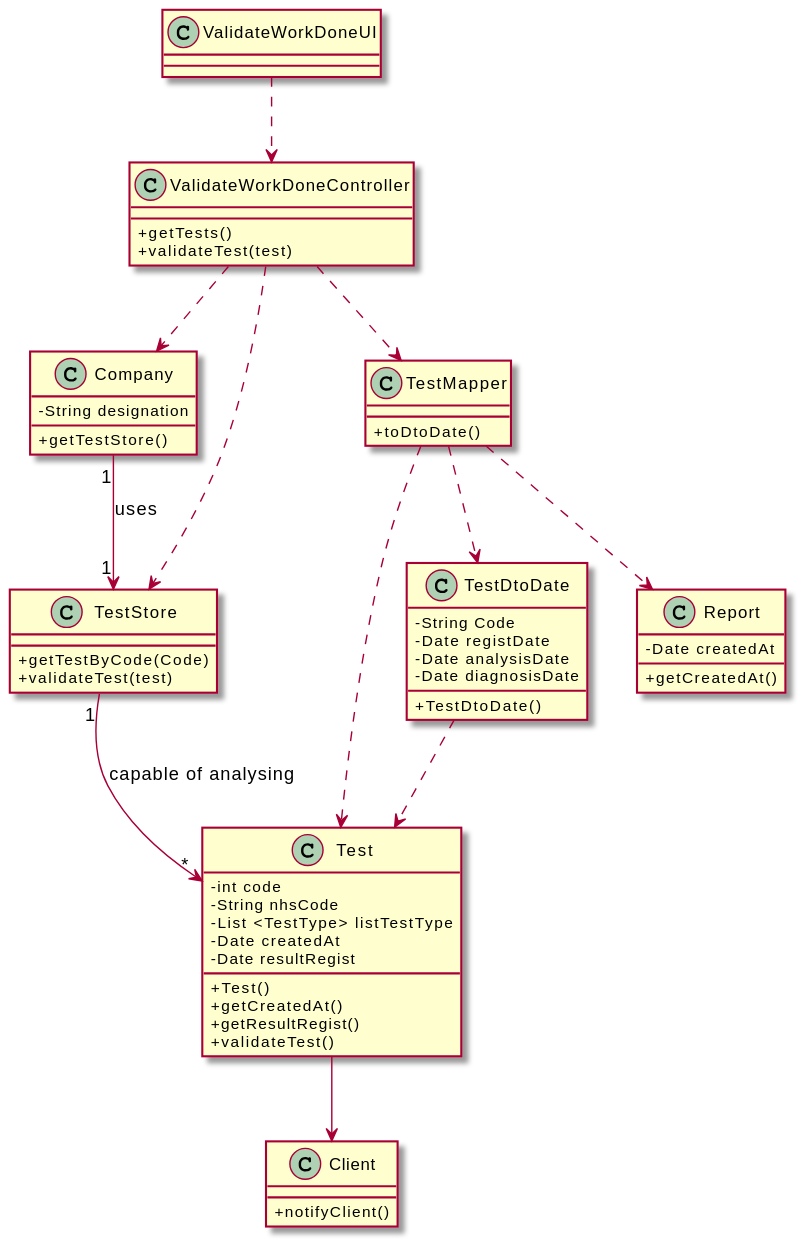
Above: docs/SprintC/US15_ValidateTheWorkDone/US15_CD.svg in Pedromaia26/LAPR2-ISEP (PlantUML), before the change.
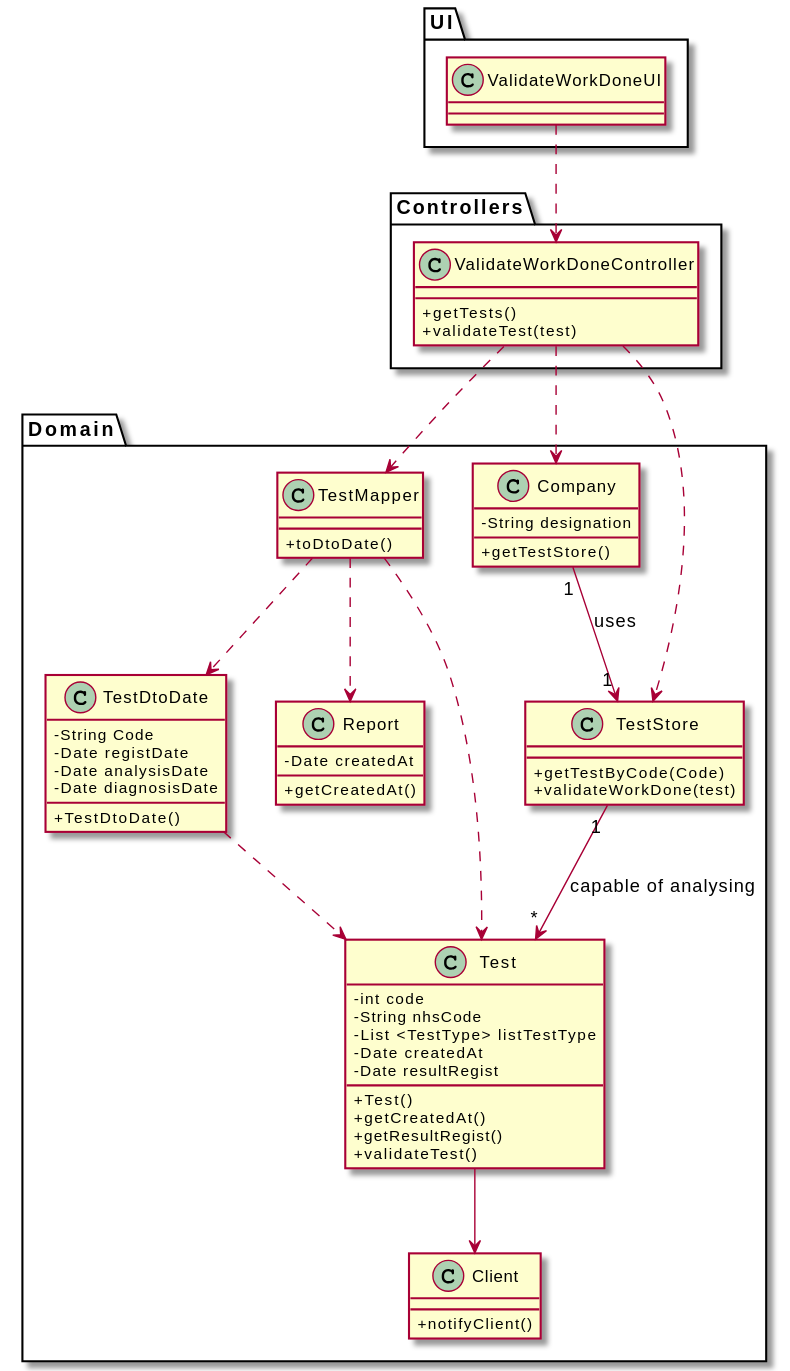
After the change.

Diff of the diagram source:
```diff
@@ -1,5 +1,22 @@
 @startuml
 skinparam classAttributeIconSize 0
+package UI  {
+  class ValidateWorkDoneUI
+}
+
+package Controllers {
+  class ValidateWorkDoneController
+}
+
+package Domain {
+  class Company
+  class Test
+  class TestStore
+  class TestMapper
+  class TestDtoDate
+  class Report
+  class Client
+}
 
 class Company
 {
@@ -22,7 +39,7 @@
 
 class TestStore {
   +getTestByCode(Code)
-  +validateTest(test)
+  +validateWorkDone(test)
 }
 
 
```
